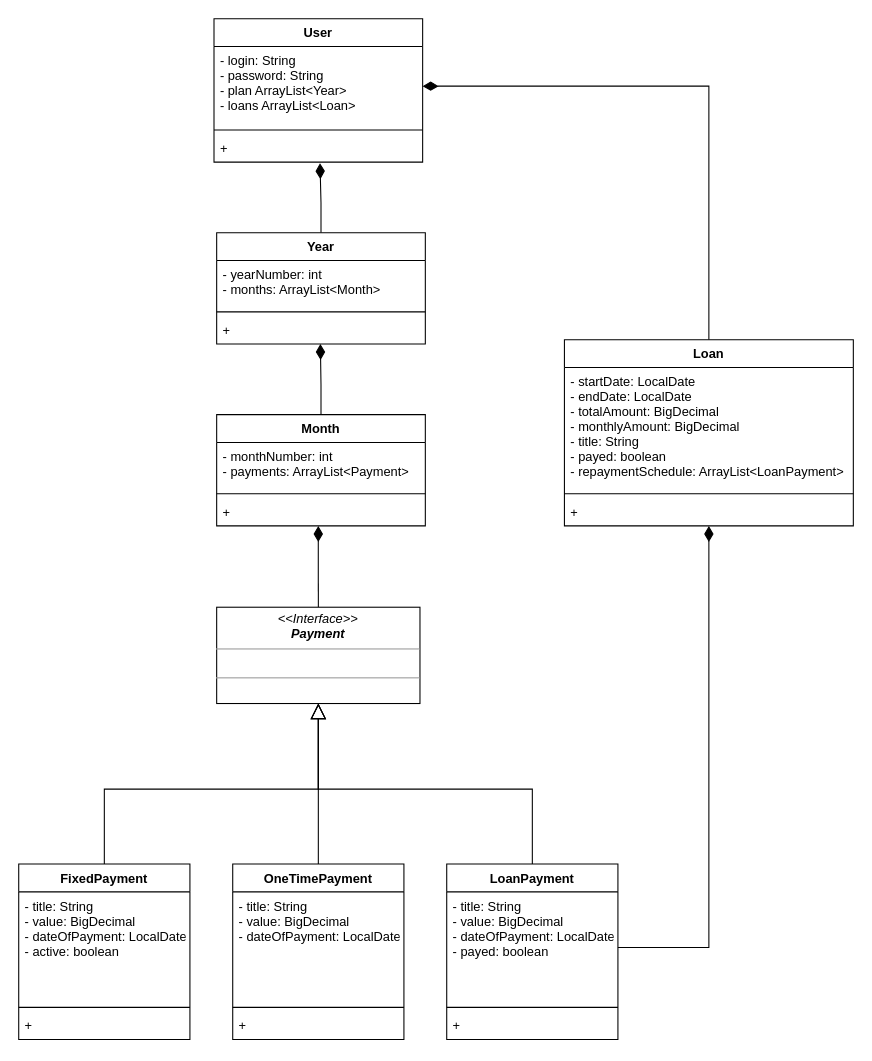
Before: paymentsdrawio.drawio in dwstef/expenditure, a draw.io diagram. Source tidied: cells renumbered, new cells numbered last; positions are measured from the earlier drawing's top-left corner, leaving out a move shared by most shapes. Both pictures are drawn from the tidied source at 107%, with x=0, y=0 at pixel (18, 18).
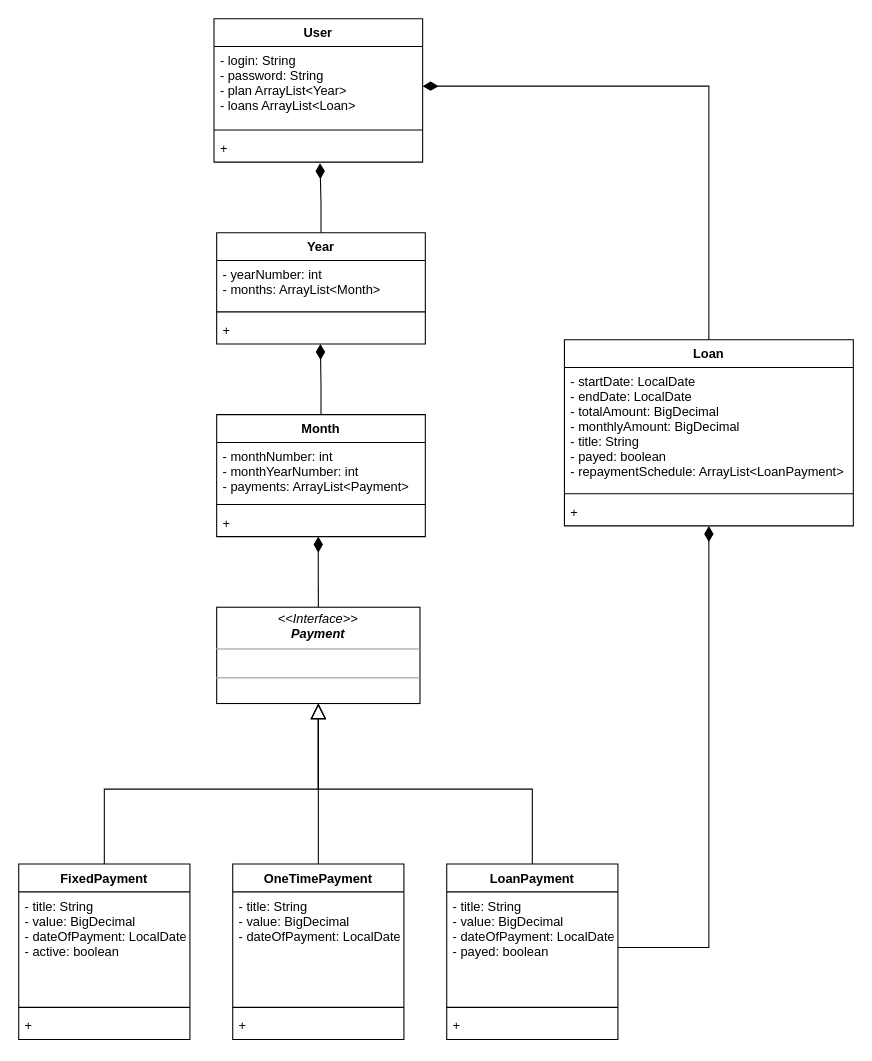
Above is the later version.

Diff of the diagram source:
```diff
@@
     <mxCell id="26" value="Month" style="swimlane;fontStyle=1;align=center;verticalAlign=top;horizontal=1;startSize=26;" parent="1" vertex="1">
-      <mxGeometry x="185" y="370" width="195" height="104" as="geometry" />
+      <mxGeometry x="185" y="370" width="195" height="114" as="geometry" />
     </mxCell>
-    <mxCell id="27" value="- monthNumber: int&#10;- payments: ArrayList&lt;Payment&gt;" style="text;strokeColor=none;fillColor=none;align=left;verticalAlign=top;spacingLeft=4;spacingRight=4;overflow=hidden;" parent="26" vertex="1">
-      <mxGeometry y="26" width="195" height="44" as="geometry" />
+    <mxCell id="27" value="- monthNumber: int&#10;- monthYearNumber: int&#10;- payments: ArrayList&lt;Payment&gt;" style="text;strokeColor=none;fillColor=none;align=left;verticalAlign=top;spacingLeft=4;spacingRight=4;overflow=hidden;" parent="26" vertex="1">
+      <mxGeometry y="26" width="195" height="54" as="geometry" />
     </mxCell>
     <mxCell id="28" style="line;strokeWidth=1;fillColor=none;align=left;verticalAlign=middle;spacingTop=-1;spacingLeft=3;spacingRight=3;labelPosition=right;" parent="26" vertex="1">
-      <mxGeometry y="70" width="195" height="8" as="geometry" />
+      <mxGeometry y="80" width="195" height="8" as="geometry" />
     </mxCell>
     <mxCell id="29" value="+ " style="text;strokeColor=none;fillColor=none;align=left;verticalAlign=top;spacingLeft=4;spacingRight=4;overflow=hidden;points=[[0,0.5],[1,0.5]];portConstraint=eastwest;" parent="26" vertex="1">
-      <mxGeometry y="78" width="195" height="26" as="geometry" />
+      <mxGeometry y="88" width="195" height="26" as="geometry" />
     </mxCell>
```
